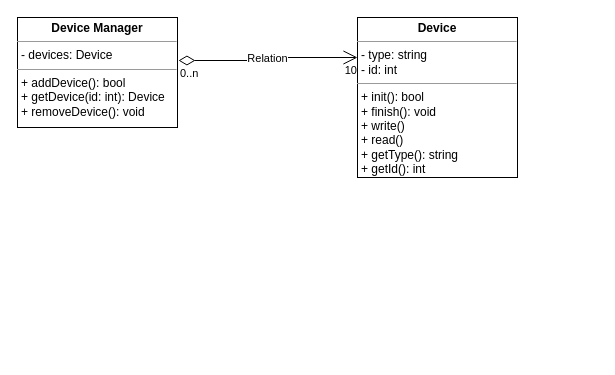
Earlier version of the draw.io diagram design/GTMOS HAL (Hardware Abstraction Layer).drawio (ajh123-development/gtmos). Source tidied: cells renumbered, new cells numbered last; positions are measured from the earlier drawing's top-left corner, leaving out a move shared by most shapes. Both pictures are drawn from the tidied source at 100%, with x=0, y=0 at pixel (17, 17).
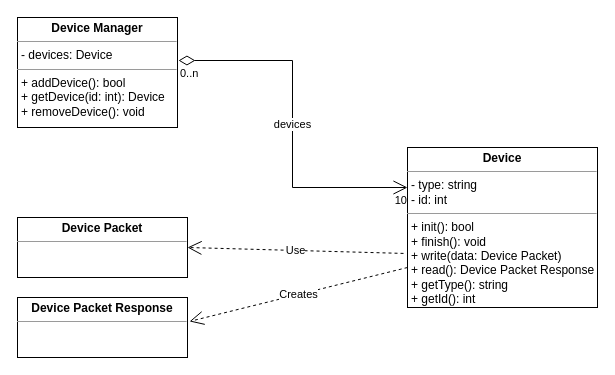
The same page after the edit.

The edit, as a diff of the source:
```diff
@@
 <mxGraphModel>
   <root>
     <mxCell id="0" />
     <mxCell id="1" parent="0" />
-    <mxCell id="2" value="&lt;p style=&quot;margin:0px;margin-top:4px;text-align:center;&quot;&gt;&lt;b&gt;Device&lt;/b&gt;&lt;/p&gt;&lt;hr size=&quot;1&quot;&gt;&lt;p style=&quot;margin:0px;margin-left:4px;&quot;&gt;- type: string&lt;/p&gt;&lt;p style=&quot;margin:0px;margin-left:4px;&quot;&gt;- id: int&lt;/p&gt;&lt;hr size=&quot;1&quot;&gt;&lt;p style=&quot;margin:0px;margin-left:4px;&quot;&gt;+ init(): bool&lt;/p&gt;&lt;p style=&quot;margin:0px;margin-left:4px;&quot;&gt;+ finish(): void&lt;/p&gt;&lt;p style=&quot;margin:0px;margin-left:4px;&quot;&gt;+ write()&lt;/p&gt;&lt;p style=&quot;margin:0px;margin-left:4px;&quot;&gt;+ read()&lt;/p&gt;&lt;p style=&quot;margin:0px;margin-left:4px;&quot;&gt;+ getType(): string&lt;/p&gt;&lt;p style=&quot;margin:0px;margin-left:4px;&quot;&gt;+ getId(): int&lt;/p&gt;" style="verticalAlign=top;align=left;overflow=fill;fontSize=12;fontFamily=Helvetica;html=1;" parent="1" vertex="1">
-      <mxGeometry x="340" width="160" height="160" as="geometry" />
+    <mxCell id="2" value="&lt;p style=&quot;margin:0px;margin-top:4px;text-align:center;&quot;&gt;&lt;b&gt;Device&lt;/b&gt;&lt;/p&gt;&lt;hr size=&quot;1&quot;&gt;&lt;p style=&quot;margin:0px;margin-left:4px;&quot;&gt;- type: string&lt;/p&gt;&lt;p style=&quot;margin:0px;margin-left:4px;&quot;&gt;- id: int&lt;/p&gt;&lt;hr size=&quot;1&quot;&gt;&lt;p style=&quot;margin:0px;margin-left:4px;&quot;&gt;+ init(): bool&lt;/p&gt;&lt;p style=&quot;margin:0px;margin-left:4px;&quot;&gt;+ finish(): void&lt;/p&gt;&lt;p style=&quot;margin:0px;margin-left:4px;&quot;&gt;+ write(data: Device Packet)&lt;/p&gt;&lt;p style=&quot;margin:0px;margin-left:4px;&quot;&gt;+ read(): Device Packet Response&lt;/p&gt;&lt;p style=&quot;margin:0px;margin-left:4px;&quot;&gt;+ getType(): string&lt;/p&gt;&lt;p style=&quot;margin:0px;margin-left:4px;&quot;&gt;+ getId(): int&lt;/p&gt;" style="verticalAlign=top;align=left;overflow=fill;fontSize=12;fontFamily=Helvetica;html=1;" parent="1" vertex="1">
+      <mxGeometry x="390" y="130" width="190" height="160" as="geometry" />
     </mxCell>
     <mxCell id="3" value="&lt;p style=&quot;margin:0px;margin-top:4px;text-align:center;&quot;&gt;&lt;b&gt;Device Manager&lt;/b&gt;&lt;/p&gt;&lt;hr size=&quot;1&quot;&gt;&lt;p style=&quot;margin:0px;margin-left:4px;&quot;&gt;- devices: Device&lt;/p&gt;&lt;hr size=&quot;1&quot;&gt;&lt;p style=&quot;margin:0px;margin-left:4px;&quot;&gt;+ addDevice(): bool&lt;/p&gt;&lt;p style=&quot;margin:0px;margin-left:4px;&quot;&gt;+ getDevice(id: int): Device&lt;/p&gt;&lt;p style=&quot;margin:0px;margin-left:4px;&quot;&gt;+ removeDevice(): void&lt;/p&gt;" style="verticalAlign=top;align=left;overflow=fill;fontSize=12;fontFamily=Helvetica;html=1;" parent="1" vertex="1">
       <mxGeometry width="160" height="110" as="geometry" />
     </mxCell>
-    <mxCell id="4" value="Relation" style="endArrow=open;html=1;endSize=12;startArrow=diamondThin;startSize=14;startFill=0;edgeStyle=orthogonalEdgeStyle;rounded=0;exitX=1.006;exitY=0.391;exitDx=0;exitDy=0;exitPerimeter=0;entryX=0;entryY=0.25;entryDx=0;entryDy=0;" parent="1" edge="1" source="3" target="2">
+    <mxCell id="4" value="devices" style="endArrow=open;html=1;endSize=12;startArrow=diamondThin;startSize=14;startFill=0;edgeStyle=orthogonalEdgeStyle;rounded=0;exitX=1.006;exitY=0.391;exitDx=0;exitDy=0;exitPerimeter=0;entryX=0;entryY=0.25;entryDx=0;entryDy=0;" parent="1" edge="1" source="3" target="2">
       <mxGeometry relative="1" as="geometry" />
     </mxCell>
     <mxCell id="5" value="0..n" style="edgeLabel;html=1;align=left;verticalAlign=top;" parent="4" vertex="1">
       <mxGeometry x="-1" relative="1" as="geometry" />
     </mxCell>
     <mxCell id="6" value="10" style="edgeLabel;html=1;align=right;verticalAlign=top;" parent="4" vertex="1">
       <mxGeometry x="1" relative="1" as="geometry" />
     </mxCell>
+    <mxCell id="7" value="&lt;p style=&quot;margin:0px;margin-top:4px;text-align:center;&quot;&gt;&lt;b&gt;Device Packet&lt;/b&gt;&lt;/p&gt;&lt;hr size=&quot;1&quot;&gt;&lt;div style=&quot;height:2px;&quot;&gt;&lt;/div&gt;" style="verticalAlign=top;align=left;overflow=fill;fontSize=12;fontFamily=Helvetica;html=1;" parent="1" vertex="1">
+      <mxGeometry y="200" width="170" height="60" as="geometry" />
+    </mxCell>
+    <mxCell id="8" value="&lt;p style=&quot;margin:0px;margin-top:4px;text-align:center;&quot;&gt;&lt;b&gt;Device Packet Response&lt;/b&gt;&lt;/p&gt;&lt;hr size=&quot;1&quot;&gt;&lt;div style=&quot;height:2px;&quot;&gt;&lt;/div&gt;" style="verticalAlign=top;align=left;overflow=fill;fontSize=12;fontFamily=Helvetica;html=1;" parent="1" vertex="1">
+      <mxGeometry y="280" width="170" height="60" as="geometry" />
+    </mxCell>
+    <mxCell id="9" value="Use" style="endArrow=open;endSize=12;dashed=1;html=1;rounded=0;entryX=1;entryY=0.5;entryDx=0;entryDy=0;exitX=-0.021;exitY=0.662;exitDx=0;exitDy=0;exitPerimeter=0;" parent="1" edge="1" source="2" target="7">
+      <mxGeometry relative="1" as="geometry" />
+    </mxCell>
+    <mxCell id="10" value="Creates" style="endArrow=open;endSize=12;dashed=1;html=1;rounded=0;exitX=0;exitY=0.75;exitDx=0;exitDy=0;entryX=1.012;entryY=0.399;entryDx=0;entryDy=0;entryPerimeter=0;" parent="1" edge="1" source="2" target="8">
+      <mxGeometry relative="1" as="geometry" />
+    </mxCell>
   </root>
 </mxGraphModel>
```
